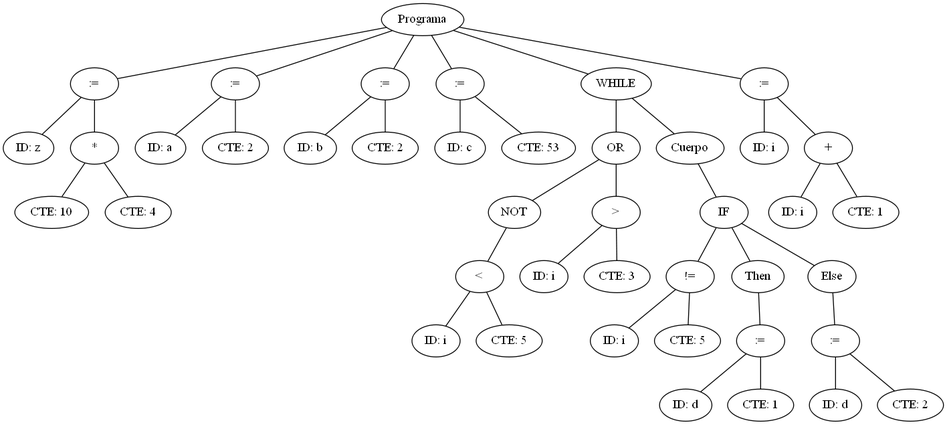
The Graphviz diagram AnalizadorLexico/arbolito.png in JosueGaticaOdato/Integrador-TEOI, before a commit. Its source is kept beside it as AnalizadorLexico/arbolito.dot.
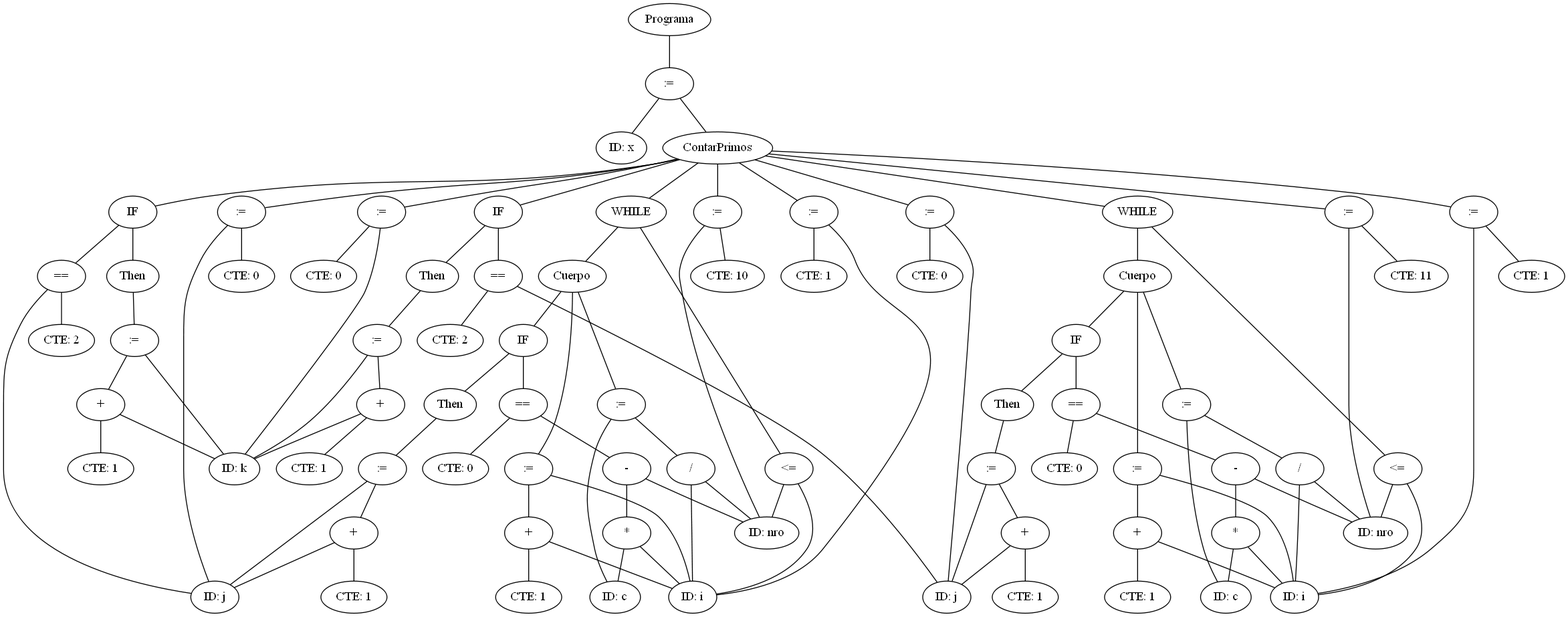
The same diagram one commit later.

Change to the diagram source:
```diff
@@ -1,84 +1,206 @@
 graph G {nodo_programa [label="Programa"]
-nodo_764977973 [label=":="]
-nodo_programa -- nodo_764977973
-nodo_885284298 [label="ID: z"]
-nodo_764977973 -- nodo_885284298
-nodo_1389133897 [label="*"]
-nodo_764977973 -- nodo_1389133897
-nodo_1534030866 [label="CTE: 10"]
-nodo_1389133897 -- nodo_1534030866
-nodo_664223387 [label="CTE: 4"]
-nodo_1389133897 -- nodo_664223387
-nodo_396873410 [label=":="]
-nodo_programa -- nodo_396873410
-nodo_1706234378 [label="ID: a"]
-nodo_396873410 -- nodo_1706234378
-nodo_1867750575 [label="CTE: 2"]
-nodo_396873410 -- nodo_1867750575
-nodo_2046562095 [label=":="]
-nodo_programa -- nodo_2046562095
-nodo_1342443276 [label="ID: b"]
-nodo_2046562095 -- nodo_1342443276
-nodo_769287236 [label="CTE: 2"]
-nodo_2046562095 -- nodo_769287236
-nodo_1587487668 [label=":="]
-nodo_programa -- nodo_1587487668
-nodo_1199823423 [label="ID: c"]
-nodo_1587487668 -- nodo_1199823423
-nodo_932172204 [label="CTE: 53"]
-nodo_1587487668 -- nodo_932172204
-nodo_1225358173 [label="WHILE"]
-nodo_programa -- nodo_1225358173
-nodo_1848402763 [label="OR"]
-nodo_1225358173 -- nodo_1848402763
-nodo_933699219 [label="NOT"]
-nodo_1848402763 -- nodo_933699219
-nodo_2121055098 [label="<"]
+nodo_381259350 [label=":="]
+nodo_programa -- nodo_381259350
+nodo_1389133897 [label="ID: x"]
+nodo_381259350 -- nodo_1389133897
+nodo_1534030866 [label="ContarPrimos"]
+nodo_381259350 -- nodo_1534030866
+nodo_664223387 [label=":="]
+nodo_1534030866 -- nodo_664223387
+nodo_824909230 [label="ID: k"]
+nodo_664223387 -- nodo_824909230
+nodo_122883338 [label="CTE: 0"]
+nodo_664223387 -- nodo_122883338
+nodo_1867750575 [label=":="]
+nodo_1534030866 -- nodo_1867750575
+nodo_2046562095 [label="ID: nro"]
+nodo_1867750575 -- nodo_2046562095
+nodo_1342443276 [label="CTE: 10"]
+nodo_1867750575 -- nodo_1342443276
+nodo_769287236 [label=":="]
+nodo_1534030866 -- nodo_769287236
+nodo_1587487668 [label="ID: i"]
+nodo_769287236 -- nodo_1587487668
+nodo_1199823423 [label="CTE: 1"]
+nodo_769287236 -- nodo_1199823423
+nodo_932172204 [label=":="]
+nodo_1534030866 -- nodo_932172204
+nodo_1225358173 [label="ID: j"]
+nodo_932172204 -- nodo_1225358173
+nodo_1848402763 [label="CTE: 0"]
+nodo_932172204 -- nodo_1848402763
+nodo_933699219 [label="WHILE"]
+nodo_1534030866 -- nodo_933699219
+nodo_2121055098 [label="<="]
 nodo_933699219 -- nodo_2121055098
-nodo_2084435065 [label="ID: i"]
-nodo_2121055098 -- nodo_2084435065
-nodo_1896277646 [label="CTE: 5"]
-nodo_2121055098 -- nodo_1896277646
-nodo_2128227771 [label=">"]
-nodo_1848402763 -- nodo_2128227771
-nodo_1702297201 [label="ID: i"]
-nodo_2128227771 -- nodo_1702297201
-nodo_1996181658 [label="CTE: 3"]
-nodo_2128227771 -- nodo_1996181658
-nodo_806353501 [label="Cuerpo"]
-nodo_1225358173 -- nodo_806353501
-nodo_521645586 [label="IF"]
+nodo_1587487668 [label="ID: i"]
+nodo_2121055098 -- nodo_1587487668
+nodo_2046562095 [label="ID: nro"]
+nodo_2121055098 -- nodo_2046562095
+nodo_2084435065 [label="Cuerpo"]
+nodo_933699219 -- nodo_2084435065
+nodo_1896277646 [label=":="]
+nodo_2084435065 -- nodo_1896277646
+nodo_2128227771 [label="ID: c"]
+nodo_1896277646 -- nodo_2128227771
+nodo_1702297201 [label="/"]
+nodo_1896277646 -- nodo_1702297201
+nodo_2046562095 [label="ID: nro"]
+nodo_1702297201 -- nodo_2046562095
+nodo_1587487668 [label="ID: i"]
+nodo_1702297201 -- nodo_1587487668
+nodo_1996181658 [label="IF"]
+nodo_2084435065 -- nodo_1996181658
+nodo_806353501 [label="=="]
+nodo_1996181658 -- nodo_806353501
+nodo_521645586 [label="-"]
 nodo_806353501 -- nodo_521645586
-nodo_1296064247 [label="!="]
+nodo_2046562095 [label="ID: nro"]
+nodo_521645586 -- nodo_2046562095
+nodo_1296064247 [label="*"]
 nodo_521645586 -- nodo_1296064247
-nodo_1637070917 [label="ID: i"]
-nodo_1296064247 -- nodo_1637070917
-nodo_780237624 [label="CTE: 5"]
-nodo_1296064247 -- nodo_780237624
-nodo_205797316 [label="Then"]
-nodo_521645586 -- nodo_205797316
-nodo_1128032093 [label=":="]
+nodo_2128227771 [label="ID: c"]
+nodo_1296064247 -- nodo_2128227771
+nodo_1587487668 [label="ID: i"]
+nodo_1296064247 -- nodo_1587487668
+nodo_1637070917 [label="CTE: 0"]
+nodo_806353501 -- nodo_1637070917
+nodo_780237624 [label="Then"]
+nodo_1996181658 -- nodo_780237624
+nodo_205797316 [label=":="]
+nodo_780237624 -- nodo_205797316
+nodo_1225358173 [label="ID: j"]
+nodo_205797316 -- nodo_1225358173
+nodo_1128032093 [label="+"]
 nodo_205797316 -- nodo_1128032093
-nodo_1066516207 [label="ID: d"]
+nodo_1225358173 [label="ID: j"]
+nodo_1128032093 -- nodo_1225358173
+nodo_1066516207 [label="CTE: 1"]
 nodo_1128032093 -- nodo_1066516207
-nodo_443308702 [label="CTE: 1"]
-nodo_1128032093 -- nodo_443308702
-nodo_935044096 [label="Else"]
-nodo_521645586 -- nodo_935044096
-nodo_396180261 [label=":="]
+nodo_443308702 [label=":="]
+nodo_2084435065 -- nodo_443308702
+nodo_1587487668 [label="ID: i"]
+nodo_443308702 -- nodo_1587487668
+nodo_935044096 [label="+"]
+nodo_443308702 -- nodo_935044096
+nodo_1587487668 [label="ID: i"]
+nodo_935044096 -- nodo_1587487668
+nodo_396180261 [label="CTE: 1"]
 nodo_935044096 -- nodo_396180261
-nodo_625576447 [label="ID: d"]
-nodo_396180261 -- nodo_625576447
-nodo_1560911714 [label="CTE: 2"]
-nodo_396180261 -- nodo_1560911714
-nodo_939047783 [label=":="]
-nodo_programa -- nodo_939047783
-nodo_1237514926 [label="ID: i"]
-nodo_939047783 -- nodo_1237514926
-nodo_548246552 [label="+"]
-nodo_939047783 -- nodo_548246552
-nodo_835648992 [label="ID: i"]
+nodo_625576447 [label="IF"]
+nodo_1534030866 -- nodo_625576447
+nodo_1560911714 [label="=="]
+nodo_625576447 -- nodo_1560911714
+nodo_1225358173 [label="ID: j"]
+nodo_1560911714 -- nodo_1225358173
+nodo_939047783 [label="CTE: 2"]
+nodo_1560911714 -- nodo_939047783
+nodo_1237514926 [label="Then"]
+nodo_625576447 -- nodo_1237514926
+nodo_548246552 [label=":="]
+nodo_1237514926 -- nodo_548246552
+nodo_824909230 [label="ID: k"]
+nodo_548246552 -- nodo_824909230
+nodo_835648992 [label="+"]
 nodo_548246552 -- nodo_835648992
+nodo_824909230 [label="ID: k"]
+nodo_835648992 -- nodo_824909230
 nodo_1134517053 [label="CTE: 1"]
-nodo_548246552 -- nodo_1134517053
+nodo_835648992 -- nodo_1134517053
+nodo_492228202 [label=":="]
+nodo_1534030866 -- nodo_492228202
+nodo_1368884364 [label="ID: nro"]
+nodo_492228202 -- nodo_1368884364
+nodo_401625763 [label="CTE: 11"]
+nodo_492228202 -- nodo_401625763
+nodo_772777427 [label=":="]
+nodo_1534030866 -- nodo_772777427
+nodo_83954662 [label="ID: i"]
+nodo_772777427 -- nodo_83954662
+nodo_1751075886 [label="CTE: 1"]
+nodo_772777427 -- nodo_1751075886
+nodo_2108649164 [label=":="]
+nodo_1534030866 -- nodo_2108649164
+nodo_777874839 [label="ID: j"]
+nodo_2108649164 -- nodo_777874839
+nodo_596512129 [label="CTE: 0"]
+nodo_2108649164 -- nodo_596512129
+nodo_824318946 [label="WHILE"]
+nodo_1534030866 -- nodo_824318946
+nodo_930990596 [label="<="]
+nodo_824318946 -- nodo_930990596
+nodo_83954662 [label="ID: i"]
+nodo_930990596 -- nodo_83954662
+nodo_1368884364 [label="ID: nro"]
+nodo_930990596 -- nodo_1368884364
+nodo_1921595561 [label="Cuerpo"]
+nodo_824318946 -- nodo_1921595561
+nodo_565760380 [label=":="]
+nodo_1921595561 -- nodo_565760380
+nodo_6566818 [label="ID: c"]
+nodo_565760380 -- nodo_6566818
+nodo_1494279232 [label="/"]
+nodo_565760380 -- nodo_1494279232
+nodo_1368884364 [label="ID: nro"]
+nodo_1494279232 -- nodo_1368884364
+nodo_83954662 [label="ID: i"]
+nodo_1494279232 -- nodo_83954662
+nodo_1650967483 [label="IF"]
+nodo_1921595561 -- nodo_1650967483
+nodo_87285178 [label="=="]
+nodo_1650967483 -- nodo_87285178
+nodo_610998173 [label="-"]
+nodo_87285178 -- nodo_610998173
+nodo_1368884364 [label="ID: nro"]
+nodo_610998173 -- nodo_1368884364
+nodo_2047329716 [label="*"]
+nodo_610998173 -- nodo_2047329716
+nodo_6566818 [label="ID: c"]
+nodo_2047329716 -- nodo_6566818
+nodo_83954662 [label="ID: i"]
+nodo_2047329716 -- nodo_83954662
+nodo_648129364 [label="CTE: 0"]
+nodo_87285178 -- nodo_648129364
+nodo_1029991479 [label="Then"]
+nodo_1650967483 -- nodo_1029991479
+nodo_1104106489 [label=":="]
+nodo_1029991479 -- nodo_1104106489
+nodo_777874839 [label="ID: j"]
+nodo_1104106489 -- nodo_777874839
+nodo_94438417 [label="+"]
+nodo_1104106489 -- nodo_94438417
+nodo_777874839 [label="ID: j"]
+nodo_94438417 -- nodo_777874839
+nodo_787604730 [label="CTE: 1"]
+nodo_94438417 -- nodo_787604730
+nodo_812265671 [label=":="]
+nodo_1921595561 -- nodo_812265671
+nodo_83954662 [label="ID: i"]
+nodo_812265671 -- nodo_83954662
+nodo_193064360 [label="+"]
+nodo_812265671 -- nodo_193064360
+nodo_83954662 [label="ID: i"]
+nodo_193064360 -- nodo_83954662
+nodo_109961541 [label="CTE: 1"]
+nodo_193064360 -- nodo_109961541
+nodo_670700378 [label="IF"]
+nodo_1534030866 -- nodo_670700378
+nodo_1190654826 [label="=="]
+nodo_670700378 -- nodo_1190654826
+nodo_777874839 [label="ID: j"]
+nodo_1190654826 -- nodo_777874839
+nodo_1109371569 [label="CTE: 2"]
+nodo_1190654826 -- nodo_1109371569
+nodo_728890494 [label="Then"]
+nodo_670700378 -- nodo_728890494
+nodo_1558600329 [label=":="]
+nodo_728890494 -- nodo_1558600329
+nodo_824909230 [label="ID: k"]
+nodo_1558600329 -- nodo_824909230
+nodo_636718812 [label="+"]
+nodo_1558600329 -- nodo_636718812
+nodo_824909230 [label="ID: k"]
+nodo_636718812 -- nodo_824909230
+nodo_445051633 [label="CTE: 1"]
+nodo_636718812 -- nodo_445051633
 }
```
